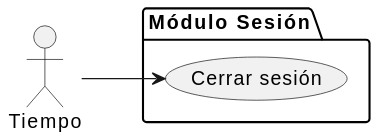
Before: documents/casos-de-uso/encontrarActoresYCasosDeUso/actoresYCasosDeUso-tiempo.svg, a diagram exported from PlantUML (martinlopez7/25-26-IdSw1-SdR).
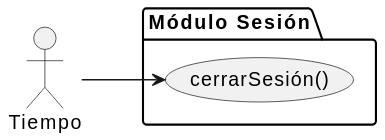
After the change.

Change to the diagram source:
```diff
@@ -4,7 +4,7 @@
 actor "Tiempo" as tiempo
 
 package "Módulo Sesión" {
-  usecase "Cerrar sesión" as UC40
+  usecase "cerrarSesión()" as UC40
 }
 
 tiempo --> UC40
```
